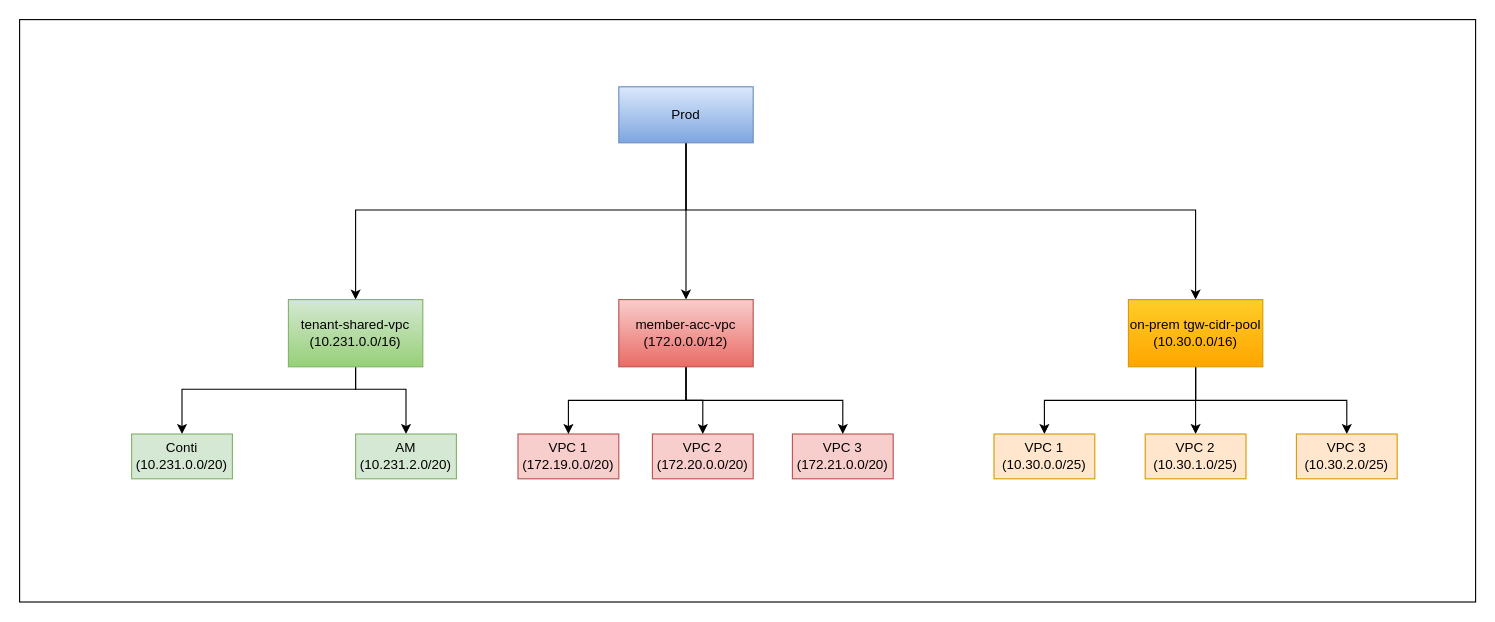
The draw.io diagram ipam-structure.drawio in pranjal0791/aws-codepipeline-s3-codedeploy-linux, before the edit. Source tidied: cells renumbered, new cells numbered last; positions are measured from the earlier drawing's top-left corner, leaving out a move shared by most shapes. Both pictures are drawn from the tidied source at 112%, with x=0, y=0 at pixel (19, 19).
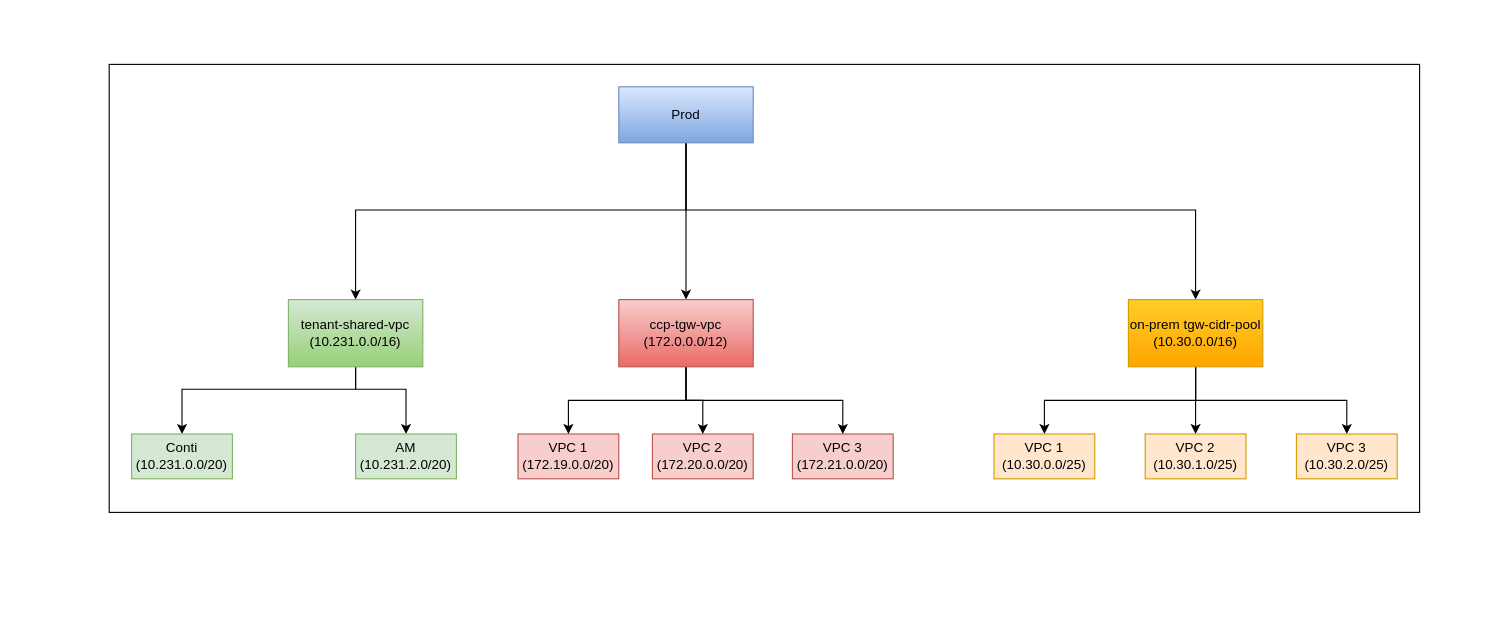
The same page after the edit.

Diff of the diagram source:
```diff
@@
     <mxCell id="2" style="rounded=0;whiteSpace=wrap;html=1;" parent="1" vertex="1">
-      <mxGeometry width="1300" height="520" as="geometry" />
+      <mxGeometry x="80" y="40" width="1170" height="400" as="geometry" />
     </mxCell>
@@
-    <mxCell id="25" value="member-acc-vpc&lt;div&gt;(172.0.0.0/12)&lt;/div&gt;" style="rounded=0;whiteSpace=wrap;html=1;fillColor=#f8cecc;strokeColor=#b85450;gradientColor=#ea6b66;" parent="1" vertex="1">
+    <mxCell id="25" value="ccp-tgw-vpc&lt;div&gt;(172.0.0.0/12)&lt;/div&gt;" style="rounded=0;whiteSpace=wrap;html=1;fillColor=#f8cecc;strokeColor=#b85450;gradientColor=#ea6b66;" parent="1" vertex="1">
       <mxGeometry x="535" y="250" width="120" height="60" as="geometry" />
     </mxCell>
```
